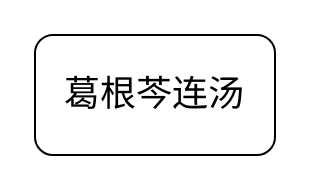
The draw.io diagram Untitled Diagram.drawio in wlplily/Dream13, before the edit. Source tidied: cells renumbered, new cells numbered last; positions are measured from the earlier drawing's top-left corner, leaving out a move shared by most shapes. Both pictures are drawn from the tidied source at 200%, with x=0, y=0 at pixel (34, 34).
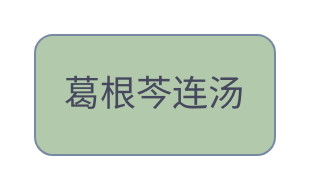
The same diagram, later.

Commit message:
葛根祁连汤.drawio

Change to the diagram source:
```diff
@@
 <mxGraphModel>
   <root>
     <mxCell id="0" />
     <mxCell id="1" parent="0" />
-    <mxCell id="2" value="&lt;font style=&quot;font-size: 18px;&quot;&gt;葛根芩连汤&lt;/font&gt;" style="rounded=1;whiteSpace=wrap;html=1;" parent="1" vertex="1">
+    <mxCell id="2" value="&lt;font style=&quot;font-size: 18px;&quot;&gt;葛根芩连汤&lt;/font&gt;" style="rounded=1;whiteSpace=wrap;html=1;labelBackgroundColor=none;fillColor=#B2C9AB;strokeColor=#788AA3;fontColor=#46495D;" parent="1" vertex="1">
       <mxGeometry width="120" height="60" as="geometry" />
     </mxCell>
   </root>
 </mxGraphModel>
```
